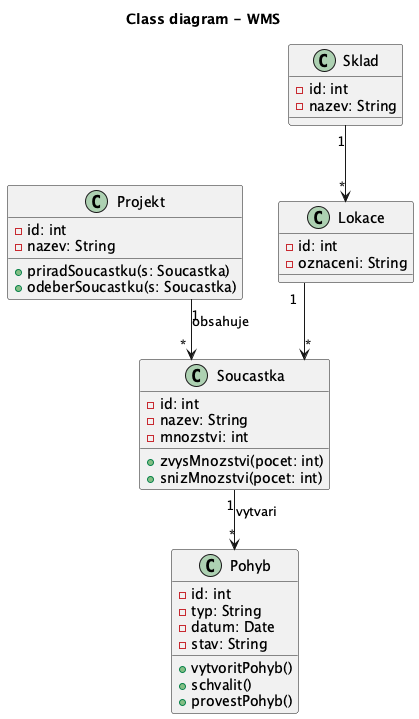
Earlier version of the PlantUML export docs/images/02_class_diagram.png (lkvapil/wms-elektronicke-soucastky).
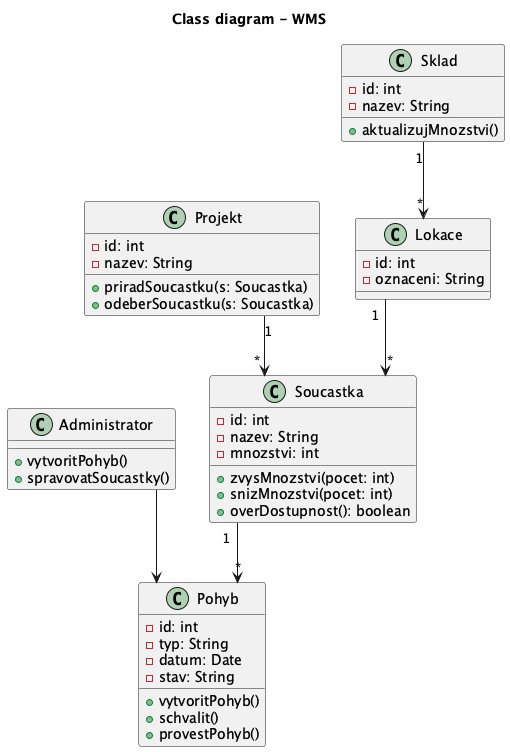
After the commit.

Change to the diagram source:
```diff
@@ -2,6 +2,11 @@
 title Class diagram - WMS
 top to bottom direction
 skinparam linetype ortho
+
+class Administrator {
+  +vytvoritPohyb()
+  +spravovatSoucastky()
+}
 
 class Projekt {
   -id: int
@@ -18,6 +23,7 @@
 
   +zvysMnozstvi(pocet: int)
   +snizMnozstvi(pocet: int)
+  +overDostupnost(): boolean
 }
 
 class Pohyb {
@@ -34,6 +40,8 @@
 class Sklad {
   -id: int
   -nazev: String
+
+  +aktualizujMnozstvi()
 }
 
 class Lokace {
@@ -41,10 +49,10 @@
   -oznaceni: String
 }
 
+Administrator --> Pohyb
+Projekt "1" --> "*" Soucastka
+Soucastka "1" --> "*" Pohyb
 Sklad "1" --> "*" Lokace
 Lokace "1" --> "*" Soucastka
 
-Soucastka "1" --> "*" Pohyb : vytvari
-Projekt "1" --> "*" Soucastka : obsahuje
-
 @enduml
```
